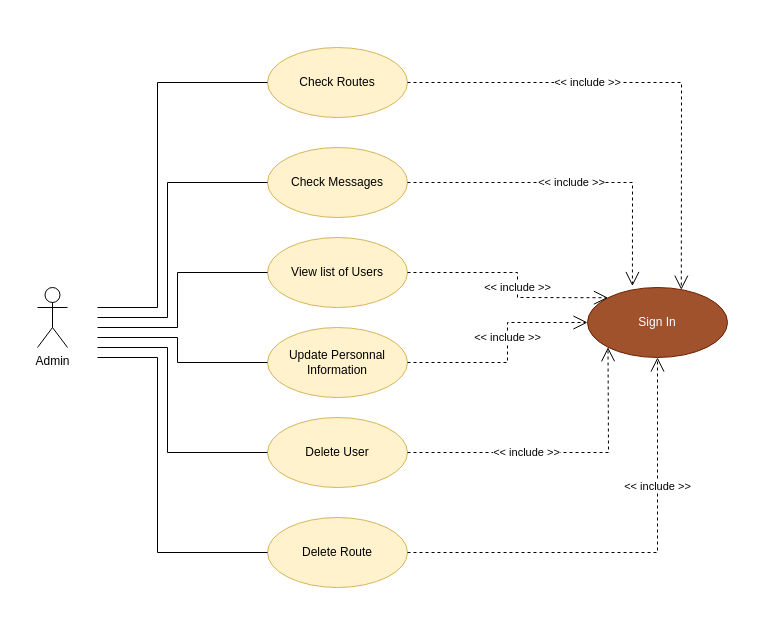
This is uml/DiagrammeUtilisationAdmin.drawio from Mathieu-Maillot/projetFileRouge, a draw.io file, before an edit. Source tidied: cells renumbered, new cells numbered last; positions are measured from the earlier drawing's top-left corner, leaving out a move shared by most shapes. Both pictures are drawn from the tidied source at 100%, with x=0, y=0 at pixel (37, 47).
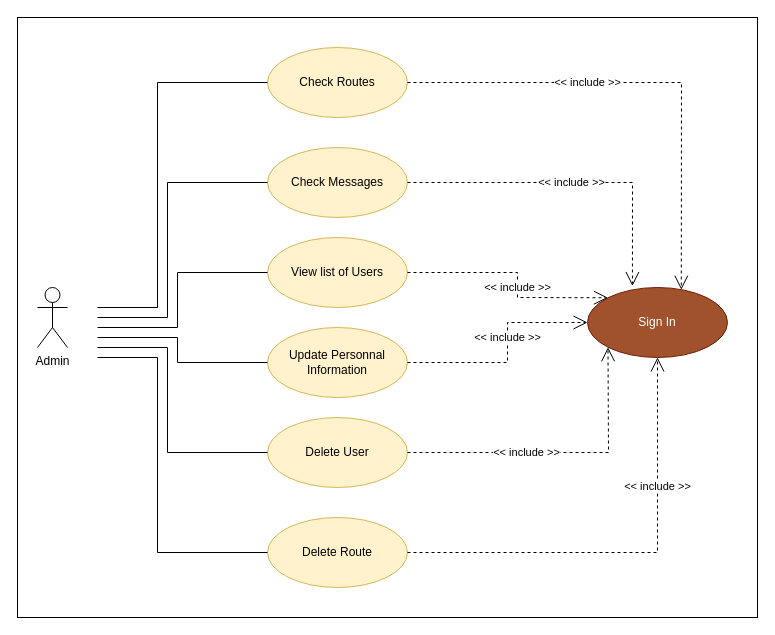
After the change.

Diff of the diagram source:
```diff
@@
+    <mxCell id="22" style="rounded=0;whiteSpace=wrap;html=1;" parent="1" vertex="1">
+      <mxGeometry x="-20" y="-30" width="740" height="600" as="geometry" />
+    </mxCell>
```
